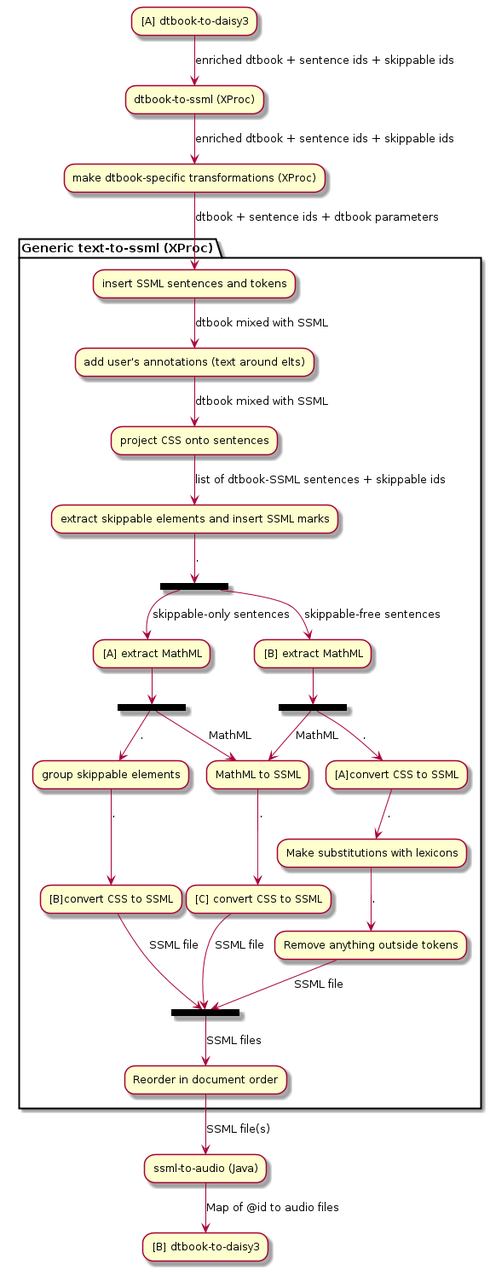
The PlantUML diagram tts.png in daisy/pipeline-modules, before a commit.
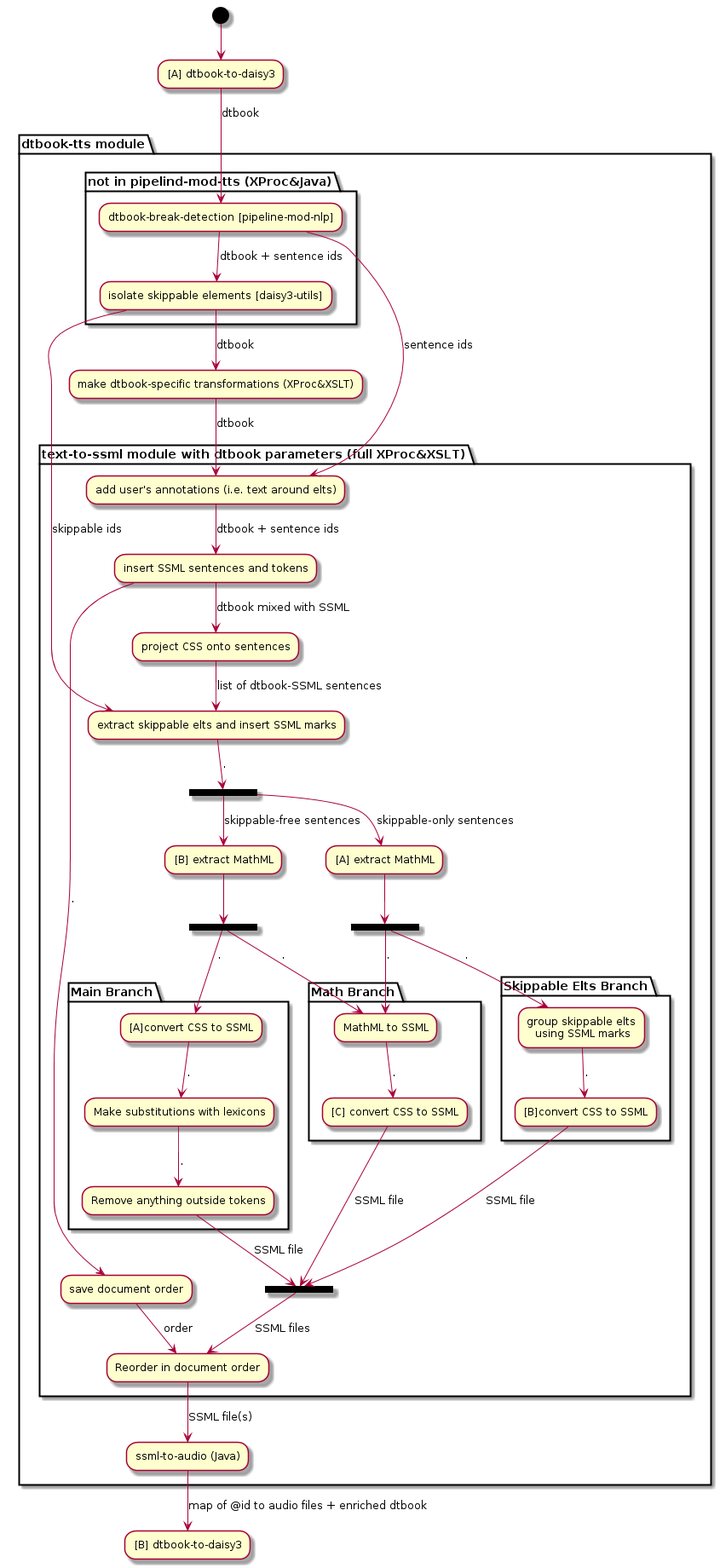
After the change.

Diff of the diagram source:
```diff
@@ -1,41 +1,68 @@
 @startuml
 
-"[A] dtbook-to-daisy3" -->[enriched dtbook + sentence ids + skippable ids] "dtbook-to-ssml (XProc)"
--->[enriched dtbook + sentence ids + skippable ids] "make dtbook-specific transformations (XProc)"
+(*) --> "[A] dtbook-to-daisy3"
 
-partition "Generic text-to-ssml (XProc)" {
+partition "dtbook-tts module" {
 
--->[dtbook + sentence ids + dtbook parameters] "insert SSML sentences and tokens"
--->[dtbook mixed with SSML] "add user's annotations (text around elts)"
--->[dtbook mixed with SSML] "project CSS onto sentences"
--->[list of dtbook-SSML sentences + skippable ids] "extract skippable elements and insert SSML marks"
+partition "not in pipelind-mod-tts (XProc&Java)" {
+-->[dtbook] "dtbook-break-detection [pipeline-mod-nlp]"
+-->[dtbook + sentence ids] "isolate skippable elements [daisy3-utils]"
+}
+
+-->[dtbook] "make dtbook-specific transformations (XProc&XSLT)"
+
+partition "text-to-ssml module with dtbook parameters (full XProc&XSLT)" {
+
+-->[dtbook] "add user's annotations (i.e. text around elts)"
+"dtbook-break-detection [pipeline-mod-nlp]"-->[sentence ids] "add user's annotations (i.e. text around elts)"
+
+-->[dtbook + sentence ids] "insert SSML sentences and tokens"
+
+-->[.] "save document order"
+
+"insert SSML sentences and tokens"-->[dtbook mixed with SSML] "project CSS onto sentences"
+
+-->[list of dtbook-SSML sentences] "extract skippable elts and insert SSML marks"
+"isolate skippable elements [daisy3-utils]"-->[skippable ids] "extract skippable elts and insert SSML marks"
+
 -->[.] ===B1===
 
 ===B1=== -->[skippable-only sentences] "[A] extract MathML"
 --> ===B3===
 
-===B3=== -->[.] "group skippable elements"
+partition "Skippable Elts Branch" {
+===B3=== -->[.] "group skippable elts\n using SSML marks"
 -->[.] "[B]convert CSS to SSML"
+}
 -->[SSML file] ==B2==
 
 ===B1=== -->[skippable-free sentences] "[B] extract MathML"
 --> ===B4===
 
+partition "Main Branch" {
 ===B4=== -->[.] "[A]convert CSS to SSML"
 -->[.] "Make substitutions with lexicons"
 -->[.] "Remove anything outside tokens"
+}
 -->[SSML file] ===B2===
 
-===B4=== -->[MathML] "MathML to SSML"
-===B3=== -->[MathML] "MathML to SSML"
+partition "Math Branch" {
+===B4=== -->[.] "MathML to SSML"
+===B3=== -->[.] "MathML to SSML"
 -->[.] "[C] convert CSS to SSML"
+}
 -->[SSML file] ===B2===
 
 ===B2=== -->[SSML files] "Reorder in document order"
+"save document order" -->[order] "Reorder in document order"
 
 }
 
 -->[SSML file(s)] "ssml-to-audio (Java)"
--->[Map of @id to audio files] "[B] dtbook-to-daisy3"
+
+}
+
+
+-->[map of @id to audio files + enriched dtbook] "[B] dtbook-to-daisy3"
 
 @enduml
```
